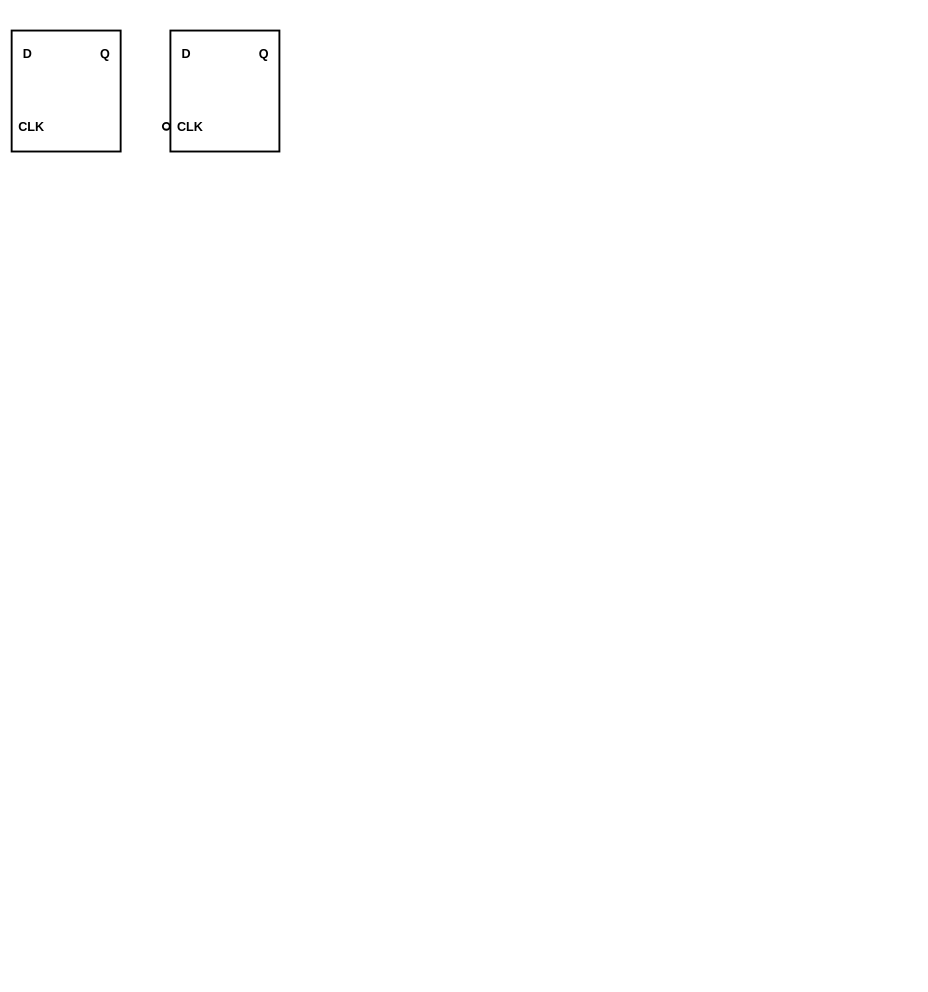
T-Maharshi-Sanand-Yadav/draw.io keeps this draw.io diagram as Latch-FF.drawio. Above is the earlier version. Source tidied: cells renumbered, new cells numbered last; positions are measured from the earlier drawing's top-left corner, leaving out a move shared by most shapes. Both pictures are drawn from the tidied source at 63%, with x=0, y=0 at pixel (11, 30).
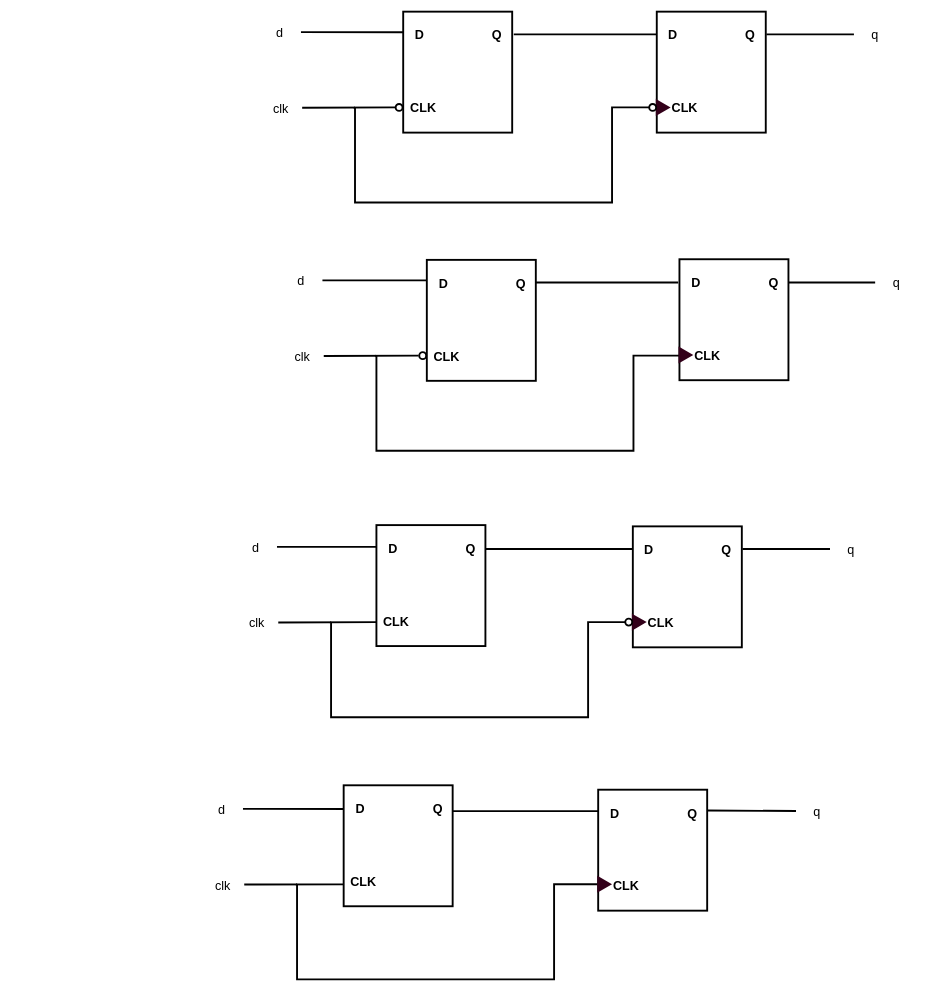
The same diagram, later.

What changed in the source:
```diff
@@
-    <mxCell id="2" style="rounded=0;whiteSpace=wrap;html=1;strokeWidth=3;fontSize=20;fontStyle=1;" parent="1" vertex="1">
-      <mxGeometry x="252" width="173" height="192" as="geometry" />
-    </mxCell>
-    <mxCell id="3" value="D" style="text;html=1;align=center;verticalAlign=middle;strokeColor=none;fillColor=none;strokeWidth=3;fontSize=20;fontStyle=1;" parent="1" vertex="1">
-      <mxGeometry x="257" y="16" width="40" height="40" as="geometry" />
-    </mxCell>
-    <mxCell id="4" value="CLK" style="text;html=1;align=center;verticalAlign=middle;strokeColor=none;fillColor=none;strokeWidth=3;fontSize=20;fontStyle=1;" parent="1" vertex="1">
-      <mxGeometry x="253" y="132" width="60" height="40" as="geometry" />
-    </mxCell>
-    <mxCell id="5" value="Q" style="text;html=1;align=center;verticalAlign=middle;strokeColor=none;fillColor=none;strokeWidth=3;fontSize=20;fontStyle=1;" parent="1" vertex="1">
-      <mxGeometry x="380" y="16" width="40" height="40" as="geometry" />
-    </mxCell>
-    <mxCell id="6" style="ellipse;whiteSpace=wrap;html=1;strokeWidth=3;" parent="1" vertex="1">
-      <mxGeometry x="240" y="146.5" width="11" height="11" as="geometry" />
-    </mxCell>
-    <mxCell id="7" style="rounded=0;whiteSpace=wrap;html=1;strokeWidth=3;fontSize=20;fontStyle=1;" parent="1" vertex="1">
-      <mxGeometry width="173" height="192" as="geometry" />
-    </mxCell>
-    <mxCell id="8" value="D" style="text;html=1;align=center;verticalAlign=middle;strokeColor=none;fillColor=none;strokeWidth=3;fontSize=20;fontStyle=1;" parent="1" vertex="1">
-      <mxGeometry x="5" y="16" width="40" height="40" as="geometry" />
-    </mxCell>
-    <mxCell id="9" value="CLK" style="text;html=1;align=center;verticalAlign=middle;strokeColor=none;fillColor=none;strokeWidth=3;fontSize=20;fontStyle=1;" parent="1" vertex="1">
-      <mxGeometry x="1" y="132" width="60" height="40" as="geometry" />
-    </mxCell>
-    <mxCell id="10" value="Q" style="text;html=1;align=center;verticalAlign=middle;strokeColor=none;fillColor=none;strokeWidth=3;fontSize=20;fontStyle=1;" parent="1" vertex="1">
-      <mxGeometry x="128" y="16" width="40" height="40" as="geometry" />
-    </mxCell>
+    <mxCell id="11" style="rounded=0;whiteSpace=wrap;html=1;strokeWidth=3;fontSize=20;fontStyle=1;" parent="1" vertex="1">
+      <mxGeometry x="1024" y="-30" width="173" height="192" as="geometry" />
+    </mxCell>
+    <mxCell id="12" value="D" style="text;html=1;align=center;verticalAlign=middle;strokeColor=none;fillColor=none;strokeWidth=3;fontSize=20;fontStyle=1;" parent="1" vertex="1">
+      <mxGeometry x="1029" y="-14" width="40" height="40" as="geometry" />
+    </mxCell>
+    <mxCell id="13" value="CLK" style="text;html=1;align=center;verticalAlign=middle;strokeColor=none;fillColor=none;strokeWidth=3;fontSize=20;fontStyle=1;" parent="1" vertex="1">
+      <mxGeometry x="1038" y="102" width="60" height="40" as="geometry" />
+    </mxCell>
+    <mxCell id="14" value="Q" style="text;html=1;align=center;verticalAlign=middle;strokeColor=none;fillColor=none;strokeWidth=3;fontSize=20;fontStyle=1;" parent="1" vertex="1">
+      <mxGeometry x="1152" y="-14" width="40" height="40" as="geometry" />
+    </mxCell>
+    <mxCell id="15" style="triangle;whiteSpace=wrap;html=1;strokeWidth=3;fillColor=#33001A;strokeColor=#33001A;fontColor=#ffffff;" parent="1" vertex="1">
+      <mxGeometry x="1024" y="111" width="19" height="22" as="geometry" />
+    </mxCell>
+    <mxCell id="16" style="edgeStyle=orthogonalEdgeStyle;rounded=0;jettySize=auto;html=1;exitX=0;exitY=0.5;exitDx=0;exitDy=0;endArrow=none;endFill=0;strokeWidth=3;" parent="1" edge="1" source="17">
+      <mxGeometry relative="1" as="geometry">
+        <mxPoint x="543" y="122" as="targetPoint" />
+        <Array as="points">
+          <mxPoint x="953" y="122" />
+          <mxPoint x="953" y="273" />
+          <mxPoint x="545" y="273" />
+          <mxPoint x="545" y="123" />
+          <mxPoint x="543" y="123" />
+        </Array>
+      </mxGeometry>
+    </mxCell>
+    <mxCell id="17" style="ellipse;whiteSpace=wrap;html=1;strokeWidth=3;" parent="1" vertex="1">
+      <mxGeometry x="1012" y="116.5" width="11" height="11" as="geometry" />
+    </mxCell>
+    <mxCell id="18" style="rounded=0;jettySize=auto;html=1;exitX=1;exitY=0.5;exitDx=0;exitDy=0;endArrow=none;endFill=0;strokeWidth=3;entryX=0;entryY=0.5;entryDx=0;entryDy=0;" parent="1" edge="1" source="19">
+      <mxGeometry relative="1" as="geometry">
+        <mxPoint x="612" y="122" as="targetPoint" />
+      </mxGeometry>
+    </mxCell>
+    <mxCell id="19" value="clk" style="rounded=0;whiteSpace=wrap;html=1;strokeColor=none;fontSize=20;" parent="1" vertex="1">
+      <mxGeometry x="394" y="105" width="67" height="35" as="geometry" />
+    </mxCell>
+    <mxCell id="20" style="rounded=0;jettySize=auto;html=1;exitX=1;exitY=0.5;exitDx=0;exitDy=0;endArrow=none;endFill=0;strokeWidth=3;entryX=0.005;entryY=0.17;entryDx=0;entryDy=0;entryPerimeter=0;" parent="1" edge="1" source="21">
+      <mxGeometry relative="1" as="geometry">
+        <mxPoint x="624.9" y="2.6" as="targetPoint" />
+      </mxGeometry>
+    </mxCell>
+    <mxCell id="21" value="d" style="rounded=0;whiteSpace=wrap;html=1;strokeColor=none;fontSize=20;" parent="1" vertex="1">
+      <mxGeometry x="392" y="-15" width="67" height="35" as="geometry" />
+    </mxCell>
+    <mxCell id="22" style="rounded=0;orthogonalLoop=1;jettySize=auto;html=1;endArrow=none;endFill=0;strokeWidth=3;" parent="1" edge="1">
+      <mxGeometry relative="1" as="geometry">
+        <mxPoint x="797" y="6" as="sourcePoint" />
+        <mxPoint x="1024" y="6" as="targetPoint" />
+      </mxGeometry>
+    </mxCell>
+    <mxCell id="23" style="edgeStyle=orthogonalEdgeStyle;rounded=0;jettySize=auto;html=1;strokeWidth=3;endArrow=none;endFill=0;" parent="1" edge="1" source="24">
+      <mxGeometry relative="1" as="geometry">
+        <mxPoint x="1198" y="6" as="targetPoint" />
+      </mxGeometry>
+    </mxCell>
+    <mxCell id="24" value="q" style="rounded=0;whiteSpace=wrap;html=1;strokeColor=none;fontSize=20;" parent="1" vertex="1">
+      <mxGeometry x="1337" y="-11.5" width="67" height="35" as="geometry" />
+    </mxCell>
+    <mxCell id="25" style="edgeStyle=orthogonalEdgeStyle;rounded=0;jettySize=auto;html=1;exitX=0;exitY=0.5;exitDx=0;exitDy=0;endArrow=none;endFill=0;strokeWidth=3;" parent="1" edge="1" source="37">
+      <mxGeometry relative="1" as="geometry">
+        <mxPoint x="577" y="516" as="targetPoint" />
+        <Array as="points">
+          <mxPoint x="1060" y="516" />
+          <mxPoint x="987" y="516" />
+          <mxPoint x="987" y="667" />
+          <mxPoint x="579" y="667" />
+          <mxPoint x="579" y="517" />
+          <mxPoint x="577" y="517" />
+        </Array>
+      </mxGeometry>
+    </mxCell>
+    <mxCell id="26" style="rounded=0;jettySize=auto;html=1;exitX=1;exitY=0.5;exitDx=0;exitDy=0;endArrow=none;endFill=0;strokeWidth=3;entryX=0;entryY=0.5;entryDx=0;entryDy=0;" parent="1" edge="1" source="27">
+      <mxGeometry relative="1" as="geometry">
+        <mxPoint x="646" y="516" as="targetPoint" />
+      </mxGeometry>
+    </mxCell>
+    <mxCell id="27" value="clk" style="rounded=0;whiteSpace=wrap;html=1;strokeColor=none;fontSize=20;" parent="1" vertex="1">
+      <mxGeometry x="428" y="499" width="67" height="35" as="geometry" />
+    </mxCell>
+    <mxCell id="28" style="rounded=0;jettySize=auto;html=1;exitX=1;exitY=0.5;exitDx=0;exitDy=0;endArrow=none;endFill=0;strokeWidth=3;entryX=0.005;entryY=0.17;entryDx=0;entryDy=0;entryPerimeter=0;" parent="1" edge="1" source="29">
+      <mxGeometry relative="1" as="geometry">
+        <mxPoint x="658.9" y="396.6" as="targetPoint" />
+      </mxGeometry>
+    </mxCell>
+    <mxCell id="29" value="d" style="rounded=0;whiteSpace=wrap;html=1;strokeColor=none;fontSize=20;" parent="1" vertex="1">
+      <mxGeometry x="426" y="379" width="67" height="35" as="geometry" />
+    </mxCell>
+    <mxCell id="30" style="rounded=0;orthogonalLoop=1;jettySize=auto;html=1;endArrow=none;endFill=0;strokeWidth=3;" parent="1" edge="1">
+      <mxGeometry relative="1" as="geometry">
+        <mxPoint x="831" y="400" as="sourcePoint" />
+        <mxPoint x="1058" y="400" as="targetPoint" />
+      </mxGeometry>
+    </mxCell>
+    <mxCell id="31" style="edgeStyle=orthogonalEdgeStyle;rounded=0;jettySize=auto;html=1;strokeWidth=3;endArrow=none;endFill=0;" parent="1" edge="1" source="32">
+      <mxGeometry relative="1" as="geometry">
+        <mxPoint x="1232" y="400" as="targetPoint" />
+      </mxGeometry>
+    </mxCell>
+    <mxCell id="32" value="q" style="rounded=0;whiteSpace=wrap;html=1;strokeColor=none;fontSize=20;" parent="1" vertex="1">
+      <mxGeometry x="1371" y="382.5" width="67" height="35" as="geometry" />
+    </mxCell>
+    <mxCell id="33" style="rounded=0;whiteSpace=wrap;html=1;strokeWidth=3;fontSize=20;fontStyle=1;" parent="1" vertex="1">
+      <mxGeometry x="1060" y="363" width="173" height="192" as="geometry" />
+    </mxCell>
+    <mxCell id="34" value="D" style="text;html=1;align=center;verticalAlign=middle;strokeColor=none;fillColor=none;strokeWidth=3;fontSize=20;fontStyle=1;" parent="1" vertex="1">
+      <mxGeometry x="1069" y="381" width="33" height="37" as="geometry" />
+    </mxCell>
+    <mxCell id="35" value="CLK" style="text;html=1;align=center;verticalAlign=middle;strokeColor=none;fillColor=none;strokeWidth=3;fontSize=20;fontStyle=1;" parent="1" vertex="1">
+      <mxGeometry x="1075" y="497" width="58" height="37" as="geometry" />
+    </mxCell>
+    <mxCell id="36" value="Q" style="text;html=1;align=center;verticalAlign=middle;strokeColor=none;fillColor=none;strokeWidth=3;fontSize=20;fontStyle=1;" parent="1" vertex="1">
+      <mxGeometry x="1191" y="381" width="35" height="37" as="geometry" />
+    </mxCell>
+    <mxCell id="37" style="triangle;whiteSpace=wrap;html=1;strokeWidth=3;fillColor=#33001A;strokeColor=#33001A;fontColor=#ffffff;" parent="1" vertex="1">
+      <mxGeometry x="1060" y="504" width="19" height="22" as="geometry" />
+    </mxCell>
+    <mxCell id="38" style="rounded=0;whiteSpace=wrap;html=1;strokeWidth=3;fontSize=20;fontStyle=1;" parent="1" vertex="1">
+      <mxGeometry x="986" y="787" width="173" height="192" as="geometry" />
+    </mxCell>
+    <mxCell id="39" value="D" style="text;html=1;align=center;verticalAlign=middle;strokeColor=none;fillColor=none;strokeWidth=3;fontSize=20;fontStyle=1;" parent="1" vertex="1">
+      <mxGeometry x="991" y="803" width="40" height="40" as="geometry" />
+    </mxCell>
+    <mxCell id="40" value="CLK" style="text;html=1;align=center;verticalAlign=middle;strokeColor=none;fillColor=none;strokeWidth=3;fontSize=20;fontStyle=1;" parent="1" vertex="1">
+      <mxGeometry x="1000" y="919" width="60" height="40" as="geometry" />
+    </mxCell>
+    <mxCell id="41" value="Q" style="text;html=1;align=center;verticalAlign=middle;strokeColor=none;fillColor=none;strokeWidth=3;fontSize=20;fontStyle=1;" parent="1" vertex="1">
+      <mxGeometry x="1114" y="803" width="40" height="40" as="geometry" />
+    </mxCell>
+    <mxCell id="42" style="triangle;whiteSpace=wrap;html=1;strokeWidth=3;fillColor=#33001A;strokeColor=#33001A;fontColor=#ffffff;" parent="1" vertex="1">
+      <mxGeometry x="986" y="928" width="19" height="22" as="geometry" />
+    </mxCell>
+    <mxCell id="43" style="edgeStyle=orthogonalEdgeStyle;rounded=0;jettySize=auto;html=1;exitX=0;exitY=0.5;exitDx=0;exitDy=0;endArrow=none;endFill=0;strokeWidth=3;" parent="1" edge="1" source="44">
+      <mxGeometry relative="1" as="geometry">
+        <mxPoint x="505" y="939" as="targetPoint" />
+        <Array as="points">
+          <mxPoint x="915" y="939" />
+          <mxPoint x="915" y="1090" />
+          <mxPoint x="507" y="1090" />
+          <mxPoint x="507" y="940" />
+          <mxPoint x="505" y="940" />
+        </Array>
+      </mxGeometry>
+    </mxCell>
+    <mxCell id="44" style="ellipse;whiteSpace=wrap;html=1;strokeWidth=3;" parent="1" vertex="1">
+      <mxGeometry x="974" y="933.5" width="11" height="11" as="geometry" />
+    </mxCell>
+    <mxCell id="45" style="rounded=0;jettySize=auto;html=1;exitX=1;exitY=0.5;exitDx=0;exitDy=0;endArrow=none;endFill=0;strokeWidth=3;entryX=-0.004;entryY=0.802;entryDx=0;entryDy=0;entryPerimeter=0;" parent="1" edge="1" source="46" target="75">
+      <mxGeometry relative="1" as="geometry" />
+    </mxCell>
+    <mxCell id="46" value="clk" style="rounded=0;whiteSpace=wrap;html=1;strokeColor=none;fontSize=20;" parent="1" vertex="1">
+      <mxGeometry x="356" y="922" width="67" height="35" as="geometry" />
+    </mxCell>
+    <mxCell id="47" style="rounded=0;jettySize=auto;html=1;exitX=1;exitY=0.5;exitDx=0;exitDy=0;endArrow=none;endFill=0;strokeWidth=3;entryX=0.005;entryY=0.17;entryDx=0;entryDy=0;entryPerimeter=0;" parent="1" edge="1" source="48">
+      <mxGeometry relative="1" as="geometry">
+        <mxPoint x="586.9" y="819.6" as="targetPoint" />
+      </mxGeometry>
+    </mxCell>
+    <mxCell id="48" value="d" style="rounded=0;whiteSpace=wrap;html=1;strokeColor=none;fontSize=20;" parent="1" vertex="1">
+      <mxGeometry x="354" y="802" width="67" height="35" as="geometry" />
+    </mxCell>
+    <mxCell id="49" style="rounded=0;orthogonalLoop=1;jettySize=auto;html=1;endArrow=none;endFill=0;strokeWidth=3;" parent="1" edge="1">
+      <mxGeometry relative="1" as="geometry">
+        <mxPoint x="749" y="823" as="sourcePoint" />
+        <mxPoint x="986" y="823" as="targetPoint" />
+      </mxGeometry>
+    </mxCell>
+    <mxCell id="50" style="edgeStyle=orthogonalEdgeStyle;rounded=0;jettySize=auto;html=1;strokeWidth=3;endArrow=none;endFill=0;" parent="1" edge="1" source="51">
+      <mxGeometry relative="1" as="geometry">
+        <mxPoint x="1160" y="823" as="targetPoint" />
+      </mxGeometry>
+    </mxCell>
+    <mxCell id="51" value="q" style="rounded=0;whiteSpace=wrap;html=1;strokeColor=none;fontSize=20;" parent="1" vertex="1">
+      <mxGeometry x="1299" y="805.5" width="67" height="35" as="geometry" />
+    </mxCell>
+    <mxCell id="52" style="edgeStyle=orthogonalEdgeStyle;rounded=0;orthogonalLoop=1;jettySize=auto;html=1;endArrow=none;endFill=0;strokeWidth=3;" parent="1" edge="1">
+      <mxGeometry relative="1" as="geometry">
+        <mxPoint x="930" y="1355" as="sourcePoint" />
+        <mxPoint x="451" y="1355" as="targetPoint" />
+        <Array as="points">
+          <mxPoint x="861" y="1355" />
+          <mxPoint x="861" y="1506" />
+          <mxPoint x="453" y="1506" />
+          <mxPoint x="453" y="1356" />
+          <mxPoint x="451" y="1356" />
+        </Array>
+      </mxGeometry>
+    </mxCell>
+    <mxCell id="53" style="rounded=0;jettySize=auto;html=1;exitX=1;exitY=0.5;exitDx=0;exitDy=0;endArrow=none;endFill=0;strokeWidth=3;entryX=-0.004;entryY=0.819;entryDx=0;entryDy=0;entryPerimeter=0;" parent="1" edge="1" source="54" target="79">
+      <mxGeometry relative="1" as="geometry" />
+    </mxCell>
+    <mxCell id="54" value="clk" style="rounded=0;whiteSpace=wrap;html=1;strokeColor=none;fontSize=20;" parent="1" vertex="1">
+      <mxGeometry x="302" y="1338" width="67" height="35" as="geometry" />
+    </mxCell>
+    <mxCell id="55" style="rounded=0;jettySize=auto;html=1;exitX=1;exitY=0.5;exitDx=0;exitDy=0;endArrow=none;endFill=0;strokeWidth=3;entryX=0.005;entryY=0.17;entryDx=0;entryDy=0;entryPerimeter=0;" parent="1" edge="1" source="56">
+      <mxGeometry relative="1" as="geometry">
+        <mxPoint x="532.9" y="1235.6" as="targetPoint" />
+      </mxGeometry>
+    </mxCell>
+    <mxCell id="56" value="d" style="rounded=0;whiteSpace=wrap;html=1;strokeColor=none;fontSize=20;" parent="1" vertex="1">
+      <mxGeometry x="300" y="1218" width="67" height="35" as="geometry" />
+    </mxCell>
+    <mxCell id="57" style="rounded=0;orthogonalLoop=1;jettySize=auto;html=1;endArrow=none;endFill=0;strokeWidth=3;" parent="1" edge="1">
+      <mxGeometry relative="1" as="geometry">
+        <mxPoint x="695" y="1239" as="sourcePoint" />
+        <mxPoint x="932" y="1239" as="targetPoint" />
+      </mxGeometry>
+    </mxCell>
+    <mxCell id="58" style="rounded=0;jettySize=auto;html=1;strokeWidth=3;endArrow=none;endFill=0;" parent="1" edge="1" source="59">
+      <mxGeometry relative="1" as="geometry">
+        <mxPoint x="1104" y="1238" as="targetPoint" />
+      </mxGeometry>
+    </mxCell>
+    <mxCell id="59" value="q" style="rounded=0;whiteSpace=wrap;html=1;strokeColor=none;fontSize=20;" parent="1" vertex="1">
+      <mxGeometry x="1245" y="1221.5" width="67" height="35" as="geometry" />
+    </mxCell>
+    <mxCell id="60" style="rounded=0;whiteSpace=wrap;html=1;strokeWidth=3;fontSize=20;fontStyle=1;" parent="1" vertex="1">
+      <mxGeometry x="931" y="1205" width="173" height="192" as="geometry" />
+    </mxCell>
+    <mxCell id="61" value="D" style="text;html=1;align=center;verticalAlign=middle;strokeColor=none;fillColor=none;strokeWidth=3;fontSize=20;fontStyle=1;" parent="1" vertex="1">
+      <mxGeometry x="940" y="1223" width="33" height="37" as="geometry" />
+    </mxCell>
+    <mxCell id="62" value="CLK" style="text;html=1;align=center;verticalAlign=middle;strokeColor=none;fillColor=none;strokeWidth=3;fontSize=20;fontStyle=1;" parent="1" vertex="1">
+      <mxGeometry x="946" y="1337" width="58" height="37" as="geometry" />
+    </mxCell>
+    <mxCell id="63" value="Q" style="text;html=1;align=center;verticalAlign=middle;strokeColor=none;fillColor=none;strokeWidth=3;fontSize=20;fontStyle=1;" parent="1" vertex="1">
+      <mxGeometry x="1062" y="1223" width="35" height="37" as="geometry" />
+    </mxCell>
+    <mxCell id="64" style="triangle;whiteSpace=wrap;html=1;strokeWidth=3;fillColor=#33001A;strokeColor=#33001A;fontColor=#ffffff;" parent="1" vertex="1">
+      <mxGeometry x="931" y="1344" width="19" height="22" as="geometry" />
+    </mxCell>
+    <mxCell id="65" style="rounded=0;whiteSpace=wrap;html=1;strokeWidth=3;fontSize=20;fontStyle=1;" parent="1" vertex="1">
+      <mxGeometry x="621.5" y="-30" width="173" height="192" as="geometry" />
+    </mxCell>
+    <mxCell id="66" value="D" style="text;html=1;align=center;verticalAlign=middle;strokeColor=none;fillColor=none;strokeWidth=3;fontSize=20;fontStyle=1;" parent="1" vertex="1">
+      <mxGeometry x="626.5" y="-14" width="40" height="40" as="geometry" />
+    </mxCell>
+    <mxCell id="67" value="CLK" style="text;html=1;align=center;verticalAlign=middle;strokeColor=none;fillColor=none;strokeWidth=3;fontSize=20;fontStyle=1;" parent="1" vertex="1">
+      <mxGeometry x="622.5" y="102" width="60" height="40" as="geometry" />
+    </mxCell>
+    <mxCell id="68" value="Q" style="text;html=1;align=center;verticalAlign=middle;strokeColor=none;fillColor=none;strokeWidth=3;fontSize=20;fontStyle=1;" parent="1" vertex="1">
+      <mxGeometry x="749.5" y="-14" width="40" height="40" as="geometry" />
+    </mxCell>
+    <mxCell id="69" style="ellipse;whiteSpace=wrap;html=1;strokeWidth=3;" parent="1" vertex="1">
+      <mxGeometry x="609.5" y="116.5" width="11" height="11" as="geometry" />
+    </mxCell>
+    <mxCell id="70" style="rounded=0;whiteSpace=wrap;html=1;strokeWidth=3;fontSize=20;fontStyle=1;" parent="1" vertex="1">
+      <mxGeometry x="659" y="364" width="173" height="192" as="geometry" />
+    </mxCell>
+    <mxCell id="71" value="D" style="text;html=1;align=center;verticalAlign=middle;strokeColor=none;fillColor=none;strokeWidth=3;fontSize=20;fontStyle=1;" parent="1" vertex="1">
+      <mxGeometry x="668" y="382" width="33" height="37" as="geometry" />
+    </mxCell>
+    <mxCell id="72" value="CLK" style="text;html=1;align=center;verticalAlign=middle;strokeColor=none;fillColor=none;strokeWidth=3;fontSize=20;fontStyle=1;" parent="1" vertex="1">
+      <mxGeometry x="661" y="498" width="58" height="37" as="geometry" />
+    </mxCell>
+    <mxCell id="73" value="Q" style="text;html=1;align=center;verticalAlign=middle;strokeColor=none;fillColor=none;strokeWidth=3;fontSize=20;fontStyle=1;" parent="1" vertex="1">
+      <mxGeometry x="790" y="382" width="35" height="37" as="geometry" />
+    </mxCell>
+    <mxCell id="74" style="ellipse;whiteSpace=wrap;html=1;strokeWidth=3;" parent="1" vertex="1">
+      <mxGeometry x="647" y="510.5" width="11" height="11" as="geometry" />
+    </mxCell>
+    <mxCell id="75" style="rounded=0;whiteSpace=wrap;html=1;strokeWidth=3;fontSize=20;fontStyle=1;" parent="1" vertex="1">
+      <mxGeometry x="579" y="785" width="173" height="192" as="geometry" />
+    </mxCell>
+    <mxCell id="76" value="D" style="text;html=1;align=center;verticalAlign=middle;strokeColor=none;fillColor=none;strokeWidth=3;fontSize=20;fontStyle=1;" parent="1" vertex="1">
+      <mxGeometry x="588" y="803" width="33" height="37" as="geometry" />
+    </mxCell>
+    <mxCell id="77" value="CLK" style="text;html=1;align=center;verticalAlign=middle;strokeColor=none;fillColor=none;strokeWidth=3;fontSize=20;fontStyle=1;" parent="1" vertex="1">
+      <mxGeometry x="581" y="919" width="58" height="37" as="geometry" />
+    </mxCell>
+    <mxCell id="78" value="Q" style="text;html=1;align=center;verticalAlign=middle;strokeColor=none;fillColor=none;strokeWidth=3;fontSize=20;fontStyle=1;" parent="1" vertex="1">
+      <mxGeometry x="710" y="803" width="35" height="37" as="geometry" />
+    </mxCell>
+    <mxCell id="79" style="rounded=0;whiteSpace=wrap;html=1;strokeWidth=3;fontSize=20;fontStyle=1;" parent="1" vertex="1">
+      <mxGeometry x="527" y="1198" width="173" height="192" as="geometry" />
+    </mxCell>
+    <mxCell id="80" value="D" style="text;html=1;align=center;verticalAlign=middle;strokeColor=none;fillColor=none;strokeWidth=3;fontSize=20;fontStyle=1;" parent="1" vertex="1">
+      <mxGeometry x="536" y="1216" width="33" height="37" as="geometry" />
+    </mxCell>
+    <mxCell id="81" value="CLK" style="text;html=1;align=center;verticalAlign=middle;strokeColor=none;fillColor=none;strokeWidth=3;fontSize=20;fontStyle=1;" parent="1" vertex="1">
+      <mxGeometry x="529" y="1332" width="58" height="37" as="geometry" />
+    </mxCell>
+    <mxCell id="82" value="Q" style="text;html=1;align=center;verticalAlign=middle;strokeColor=none;fillColor=none;strokeWidth=3;fontSize=20;fontStyle=1;" parent="1" vertex="1">
+      <mxGeometry x="658" y="1216" width="35" height="37" as="geometry" />
+    </mxCell>
```
